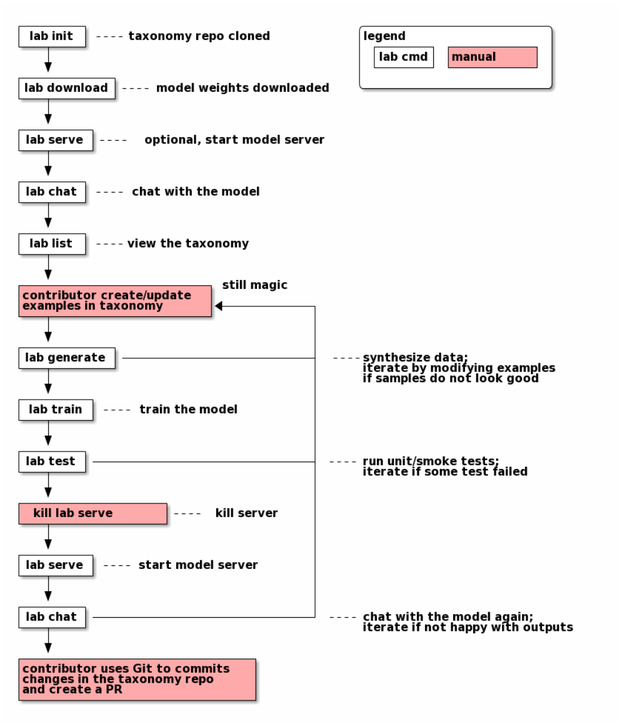
The PlantUML diagram docs/workflow.png in instructlab/instructlab, before a commit. Its source is kept beside it as docs/workflow.puml.
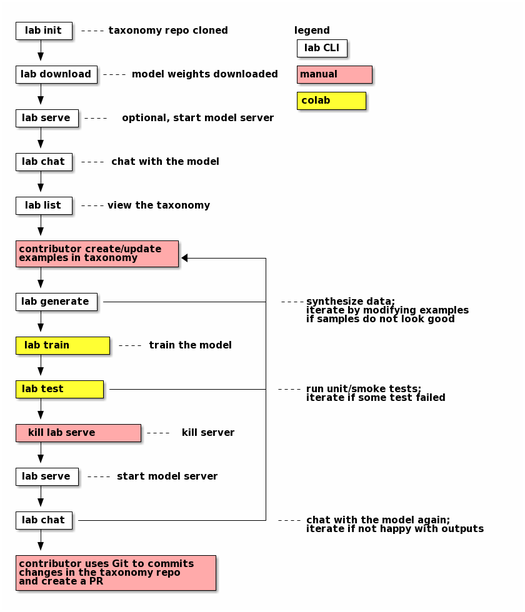
The same diagram one commit later.

Commit message:
chore: indicate colab

What changed in the source:
```diff
@@ -1,15 +1,15 @@
 @startditaa
-+--------+                                    /-------------------------\
-|lab init|-=---taxonomy repo cloned           |legend                   |
-+---+----+                                    | +-------+ +-----------+ |
-    |                                         | |lab cmd| |manual cPNK| |
-    v                                         | +---+---+ +-----------+ |
-+---+--------+                                |                     cFFF|
-|lab download|-=---model weights downloaded   \-------------------------/
-+---+--------+
-    |
-    v
-+---+-----+
++--------+
+|lab init|-=---taxonomy repo cloned          legend
++---+----+                                   +-------+
+    |                                        |lab CLI|
+    v                                        +-------+
++---+--------+                               +-----------+
+|lab download|-=---model weights downloaded  |manual cPNK|
++---+--------+                               +-----------+
+    |                                        +----------+
+    v                                        |colab cYEL|
++---+-----+                                  +----------+
 |lab serve|-=---optional, start model server
 +---+-----+
     |
@@ -24,7 +24,7 @@
 +---+----+
     |
     v
-+---+---------------------+still magic
++---+---------------------+
 |contributor create/update|
 |examples in taxonomy cPNK|<------------+
 +---+---------------------+             |
@@ -35,14 +35,14 @@
 +---+--------+                          |      iterate by modifying examples
     |                                   |      if samples do not look good
     v                                   |
-+---+-----+                             |
-|lab train|-=---train the model         |
-+---+-----+                             |
++---+----------+                        |
+|lab train cYEL|-=---train the model    |
++---+----------+                        |
     |                                   |
     v                                   |
-+---+----+                              |
-|lab test|------------------------------+ -=---run unit/smoke tests;
-+---+----+                              |      iterate if some test failed
++---+---------+                         |
+|lab test cYEL|-------------------------+ -=---run unit/smoke tests;
++---+---------+                         |      iterate if some test failed
     |                                   |
     v                                   |
 +---+---------------+                   |
```
